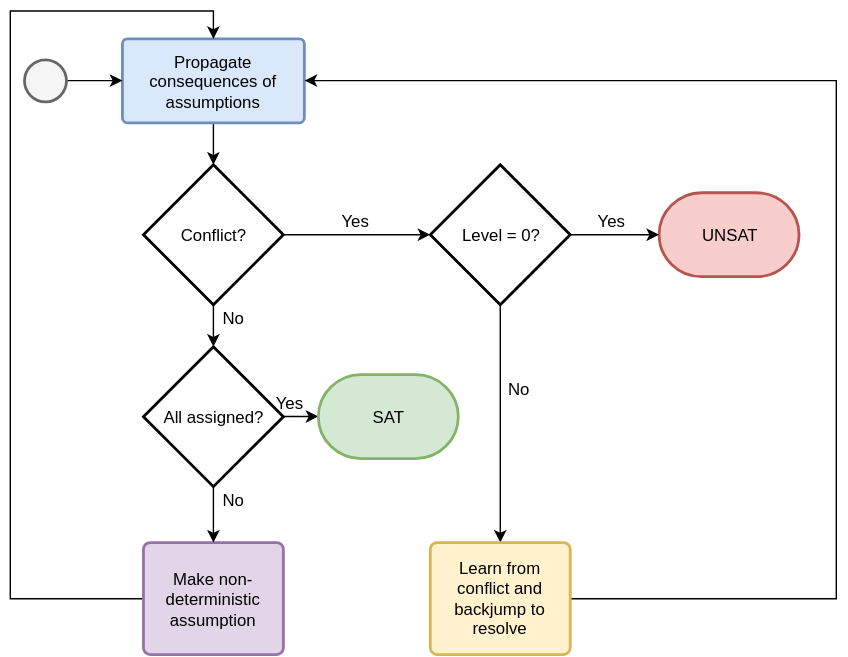
tsahyt/dhclingo keeps this draw.io diagram as doc/slides/figures/cdcl-flowchart.svg. Above is the earlier version. Source tidied: cells renumbered, new cells last; positions are measured from the earlier drawing's top-left corner, leaving out a move shared by most shapes. Its diagram source:
```xml
<mxGraphModel background="#ffffff">
  <root>
    <mxCell id="0" />
    <mxCell id="1" parent="0" />
    <mxCell id="2" style="edgeStyle=orthogonalEdgeStyle;rounded=0;html=1;jettySize=auto;" parent="1" edge="1" source="3" target="8">
      <mxGeometry relative="1" as="geometry" />
    </mxCell>
    <mxCell id="3" value="Propagate consequences of assumptions" style="strokeWidth=2;html=1;shape=mxgraph.flowchart.process;whiteSpace=wrap;fillColor=#dae8fc;strokeColor=#6c8ebf;shadow=0;" parent="1" vertex="1">
      <mxGeometry x="80" y="20" width="130" height="60" as="geometry" />
    </mxCell>
    <mxCell id="4" style="edgeStyle=orthogonalEdgeStyle;rounded=0;html=1;jettySize=auto;" parent="1" edge="1" source="8" target="14">
      <mxGeometry relative="1" as="geometry" />
    </mxCell>
    <mxCell id="5" value="Yes" style="text;html=1;align=center;verticalAlign=middle;labelBackgroundColor=#ffffff;" parent="4" vertex="1">
      <mxGeometry x="-0.09" y="-1" relative="1" as="geometry">
        <mxPoint x="3.5" y="-11" as="offset" />
      </mxGeometry>
    </mxCell>
    <mxCell id="6" value="Yes" style="text;html=1;align=center;verticalAlign=middle;labelBackgroundColor=#ffffff;" parent="4" vertex="1">
      <mxGeometry x="-0.09" y="-1" relative="1" as="geometry">
        <mxPoint x="-43" y="119" as="offset" />
      </mxGeometry>
    </mxCell>
    <mxCell id="7" style="edgeStyle=orthogonalEdgeStyle;rounded=0;html=1;jettySize=auto;" parent="1" edge="1" source="8" target="23">
      <mxGeometry relative="1" as="geometry" />
    </mxCell>
    <mxCell id="8" value="Conflict?" style="strokeWidth=2;html=1;shape=mxgraph.flowchart.decision;whiteSpace=wrap;shadow=0;" parent="1" vertex="1">
      <mxGeometry x="95" y="110" width="100" height="100" as="geometry" />
    </mxCell>
    <mxCell id="9" value="UNSAT" style="strokeWidth=2;html=1;shape=mxgraph.flowchart.terminator;whiteSpace=wrap;fillColor=#f8cecc;strokeColor=#b85450;" parent="1" vertex="1">
      <mxGeometry x="463.5" y="130" width="100" height="60" as="geometry" />
    </mxCell>
    <mxCell id="10" style="edgeStyle=orthogonalEdgeStyle;rounded=0;html=1;jettySize=auto;" parent="1" edge="1" source="14" target="9">
      <mxGeometry relative="1" as="geometry" />
    </mxCell>
    <mxCell id="11" value="Yes" style="text;html=1;align=center;verticalAlign=middle;labelBackgroundColor=#ffffff;" parent="10" vertex="1">
      <mxGeometry x="-0.27" y="-2" relative="1" as="geometry">
        <mxPoint x="6.5" y="-12" as="offset" />
      </mxGeometry>
    </mxCell>
    <mxCell id="12" style="edgeStyle=orthogonalEdgeStyle;rounded=0;html=1;jettySize=auto;" parent="1" edge="1" source="14" target="18">
      <mxGeometry relative="1" as="geometry" />
    </mxCell>
    <mxCell id="13" value="No" style="text;html=1;align=center;verticalAlign=middle;labelBackgroundColor=#ffffff;" parent="12" vertex="1">
      <mxGeometry x="-0.24" relative="1" as="geometry">
        <mxPoint x="13.5" y="-5.5" as="offset" />
      </mxGeometry>
    </mxCell>
    <mxCell id="14" value="Level = 0?" style="strokeWidth=2;html=1;shape=mxgraph.flowchart.decision;whiteSpace=wrap;" parent="1" vertex="1">
      <mxGeometry x="300" y="110" width="100" height="100" as="geometry" />
    </mxCell>
    <mxCell id="15" style="edgeStyle=orthogonalEdgeStyle;rounded=0;html=1;entryX=0.5;entryY=0;entryPerimeter=0;jettySize=auto;" parent="1" edge="1" source="16" target="3">
      <mxGeometry relative="1" as="geometry">
        <Array as="points">
          <mxPoint y="420" />
          <mxPoint />
          <mxPoint x="145" />
        </Array>
      </mxGeometry>
    </mxCell>
    <mxCell id="16" value="Make non-deterministic assumption" style="strokeWidth=2;html=1;shape=mxgraph.flowchart.process;whiteSpace=wrap;fillColor=#e1d5e7;strokeColor=#9673a6;" parent="1" vertex="1">
      <mxGeometry x="95" y="380" width="100" height="80" as="geometry" />
    </mxCell>
    <mxCell id="17" style="edgeStyle=orthogonalEdgeStyle;rounded=0;html=1;entryX=1;entryY=0.5;entryPerimeter=0;jettySize=auto;exitX=1;exitY=0.5;exitPerimeter=0;" parent="1" edge="1" source="18" target="3">
      <mxGeometry relative="1" as="geometry">
        <Array as="points">
          <mxPoint x="590" y="420" />
          <mxPoint x="590" y="50" />
        </Array>
      </mxGeometry>
    </mxCell>
    <mxCell id="18" value="&lt;div&gt;Learn from conflict and&lt;/div&gt;&lt;div&gt;backjump to resolve&lt;br&gt;&lt;/div&gt;" style="strokeWidth=2;html=1;shape=mxgraph.flowchart.process;whiteSpace=wrap;fillColor=#fff2cc;strokeColor=#d6b656;" parent="1" vertex="1">
      <mxGeometry x="300" y="380" width="100" height="80" as="geometry" />
    </mxCell>
    <mxCell id="19" style="edgeStyle=orthogonalEdgeStyle;rounded=0;html=1;jettySize=auto;" parent="1" edge="1" source="20" target="3">
      <mxGeometry relative="1" as="geometry" />
    </mxCell>
    <mxCell id="20" style="strokeWidth=2;html=1;shape=mxgraph.flowchart.start_2;whiteSpace=wrap;fillColor=#f5f5f5;strokeColor=#666666;" parent="1" vertex="1">
      <mxGeometry x="10" y="35" width="30" height="30" as="geometry" />
    </mxCell>
    <mxCell id="21" style="edgeStyle=orthogonalEdgeStyle;rounded=0;html=1;jettySize=auto;" parent="1" edge="1" source="23" target="16">
      <mxGeometry relative="1" as="geometry" />
    </mxCell>
    <mxCell id="22" style="edgeStyle=orthogonalEdgeStyle;rounded=0;html=1;jettySize=auto;" parent="1" edge="1" source="23" target="26">
      <mxGeometry relative="1" as="geometry" />
    </mxCell>
    <mxCell id="23" value="All assigned?" style="strokeWidth=2;html=1;shape=mxgraph.flowchart.decision;whiteSpace=wrap;" parent="1" vertex="1">
      <mxGeometry x="95" y="240" width="100" height="100" as="geometry" />
    </mxCell>
    <mxCell id="24" value="No" style="text;html=1;align=left;verticalAlign=top;spacingTop=-4;" parent="1" vertex="1">
      <mxGeometry x="150" y="210" width="30" height="20" as="geometry" />
    </mxCell>
    <mxCell id="25" value="No" style="text;html=1;align=left;verticalAlign=top;spacingTop=-4;" parent="1" vertex="1">
      <mxGeometry x="150" y="340" width="30" height="20" as="geometry" />
    </mxCell>
    <mxCell id="26" value="SAT" style="strokeWidth=2;html=1;shape=mxgraph.flowchart.terminator;whiteSpace=wrap;fillColor=#d5e8d4;strokeColor=#82b366;" parent="1" vertex="1">
      <mxGeometry x="220" y="260" width="100" height="60" as="geometry" />
    </mxCell>
  </root>
</mxGraphModel>
```
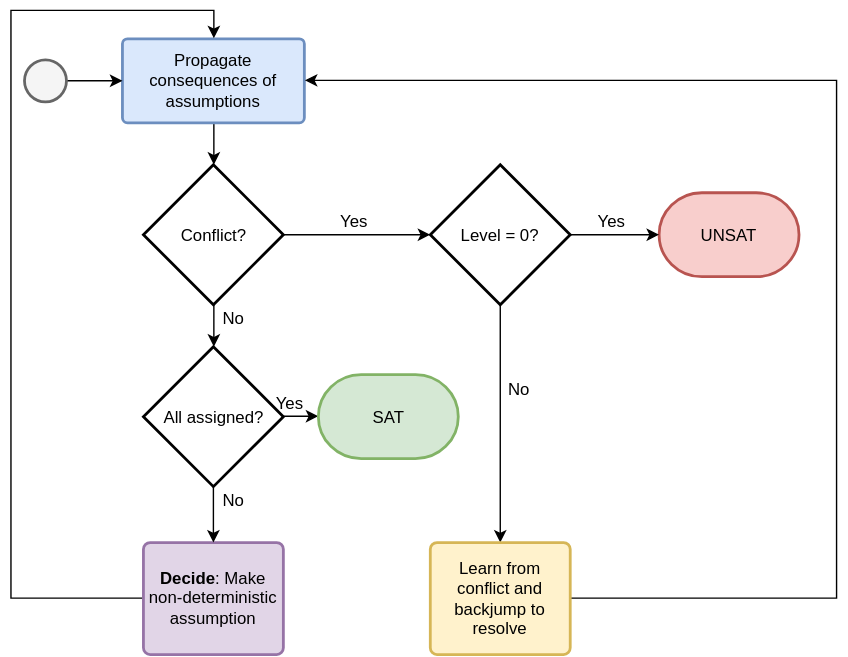
The same file after the commit.

The edit, as a diff of the source:
```diff
@@ -58,7 +58,7 @@
         </Array>
       </mxGeometry>
     </mxCell>
-    <mxCell id="16" value="Make non-deterministic assumption" style="strokeWidth=2;html=1;shape=mxgraph.flowchart.process;whiteSpace=wrap;fillColor=#e1d5e7;strokeColor=#9673a6;" parent="1" vertex="1">
+    <mxCell id="16" value="&lt;b&gt;Decide&lt;/b&gt;: Make non-deterministic assumption" style="strokeWidth=2;html=1;shape=mxgraph.flowchart.process;whiteSpace=wrap;fillColor=#e1d5e7;strokeColor=#9673a6;" parent="1" vertex="1">
       <mxGeometry x="95" y="380" width="100" height="80" as="geometry" />
     </mxCell>
     <mxCell id="17" style="edgeStyle=orthogonalEdgeStyle;rounded=0;html=1;entryX=1;entryY=0.5;entryPerimeter=0;jettySize=auto;exitX=1;exitY=0.5;exitPerimeter=0;" parent="1" edge="1" source="18" target="3">
```
